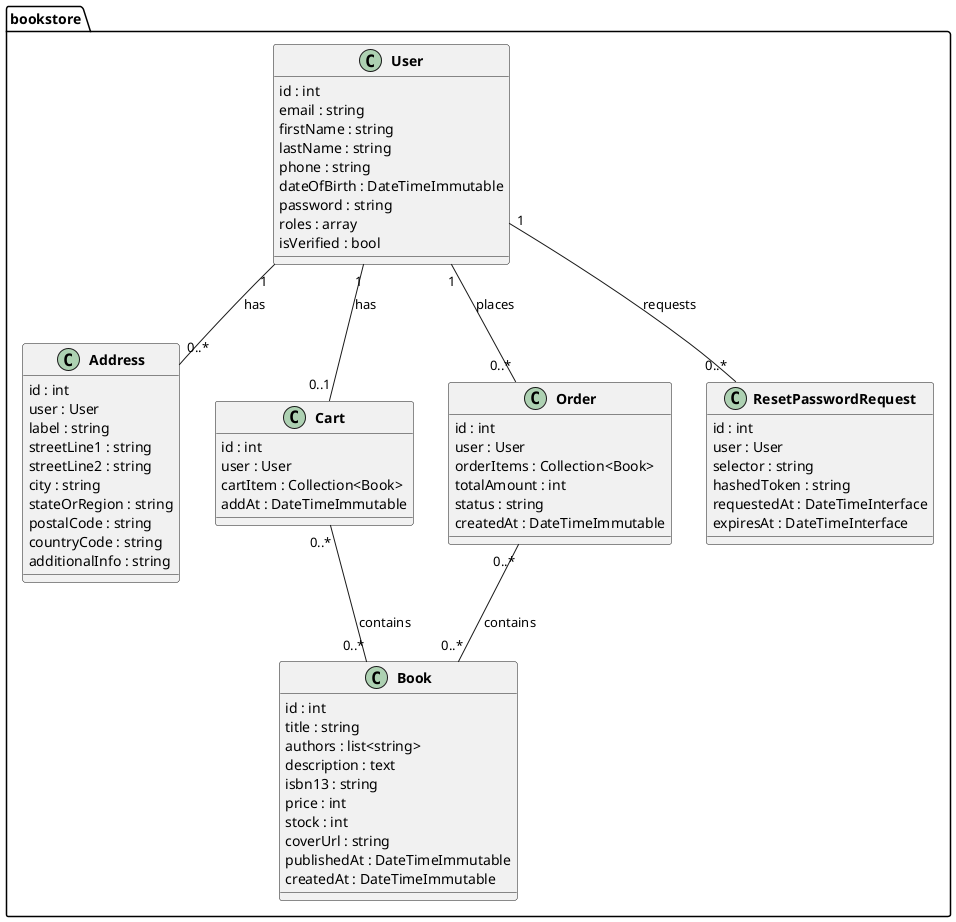
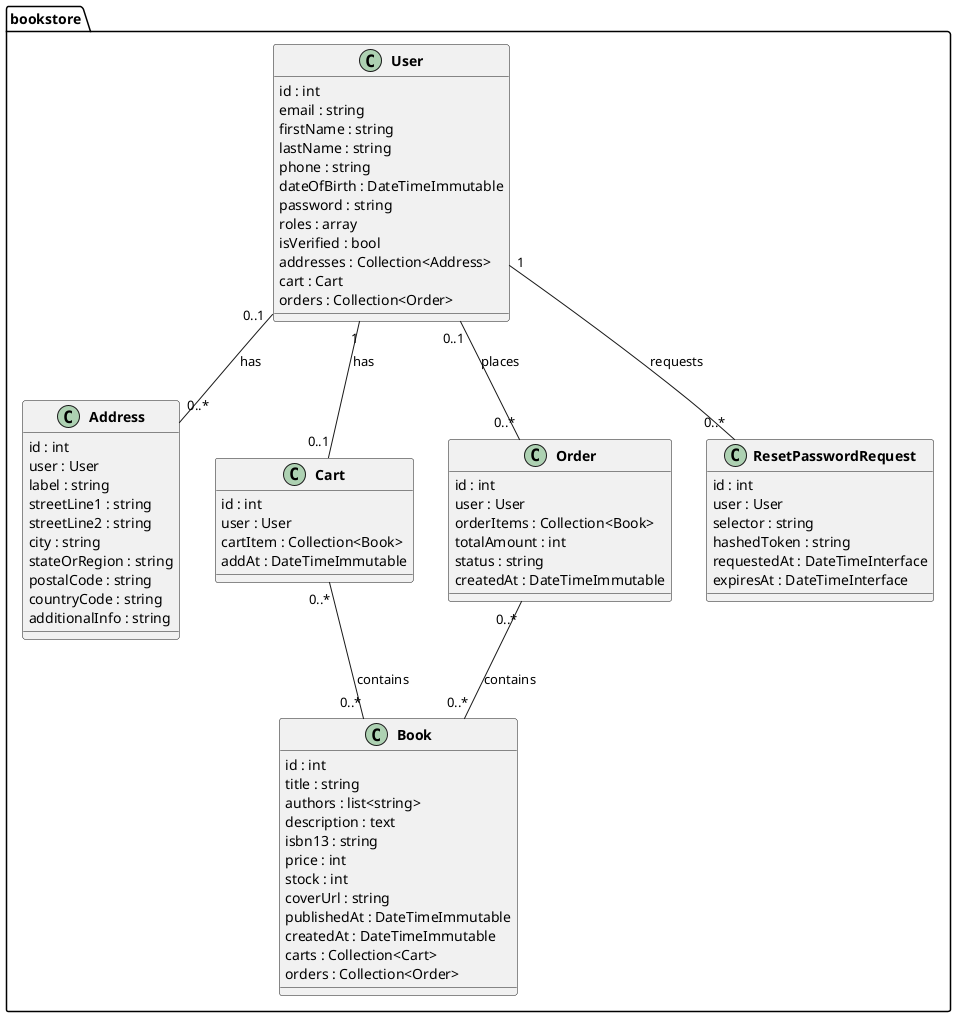
@startuml
skinparam classAttributeIconSize 0
skinparam classFontStyle bold

package "bookstore" {

    class User {
        id : int
        email : string
        firstName : string
        lastName : string
        phone : string
        dateOfBirth : DateTimeImmutable
        password : string
        roles : array
        isVerified : bool
+         addresses : Collection<Address>
+         cart : Cart
+         orders : Collection<Order>
    }

    class Address {
        id : int
        user : User
        label : string
        streetLine1 : string
        streetLine2 : string
        city : string
        stateOrRegion : string
        postalCode : string
        countryCode : string
        additionalInfo : string
    }

    class Book {
        id : int
        title : string
        authors : list<string>
        description : text
        isbn13 : string
        price : int
        stock : int
        coverUrl : string
        publishedAt : DateTimeImmutable
        createdAt : DateTimeImmutable
+         carts : Collection<Cart>
+         orders : Collection<Order>
    }

    class Cart {
        id : int
        user : User
        cartItem : Collection<Book>
        addAt : DateTimeImmutable
    }

    class Order {
        id : int
        user : User
        orderItems : Collection<Book>
        totalAmount : int
        status : string
        createdAt : DateTimeImmutable
    }

    class ResetPasswordRequest {
        id : int
        user : User
        selector : string
        hashedToken : string
        requestedAt : DateTimeInterface
        expiresAt : DateTimeInterface
    }

-     User "1" -- "0..*" Address : has
+     User "0..1" -- "0..*" Address : has
    User "1" -- "0..*" ResetPasswordRequest : requests
    User "1" -- "0..1" Cart : has
-     User "1" -- "0..*" Order : places
+     User "0..1" -- "0..*" Order : places
    Cart "0..*" -- "0..*" Book : contains
    Order "0..*" -- "0..*" Book : contains
}

@enduml
